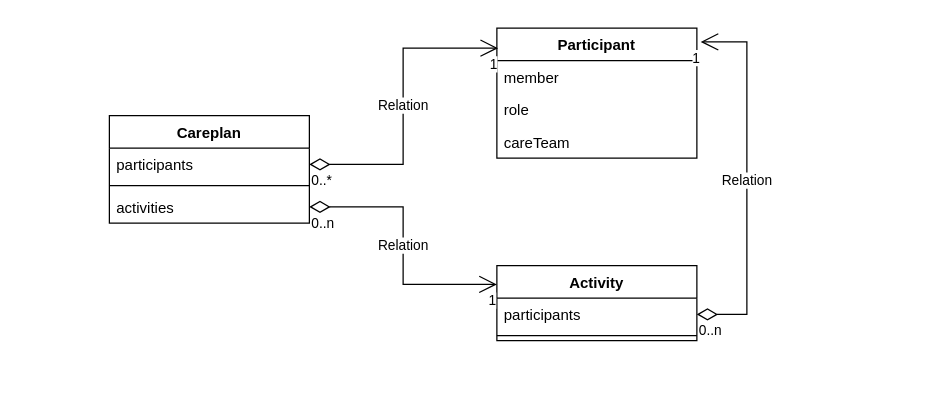
Koppeltaal/Koppeltaal-2.0-Specificaties-en-Architectuur keeps this draw.io diagram as topics/KT1 to KT2_migration.drawio. Above is the earlier version. Source tidied: cells renumbered, new cells numbered last; positions are measured from the earlier drawing's top-left corner, leaving out a move shared by most shapes. Both pictures are drawn from the tidied source at 125%, with x=0, y=0 at pixel (109, 28).
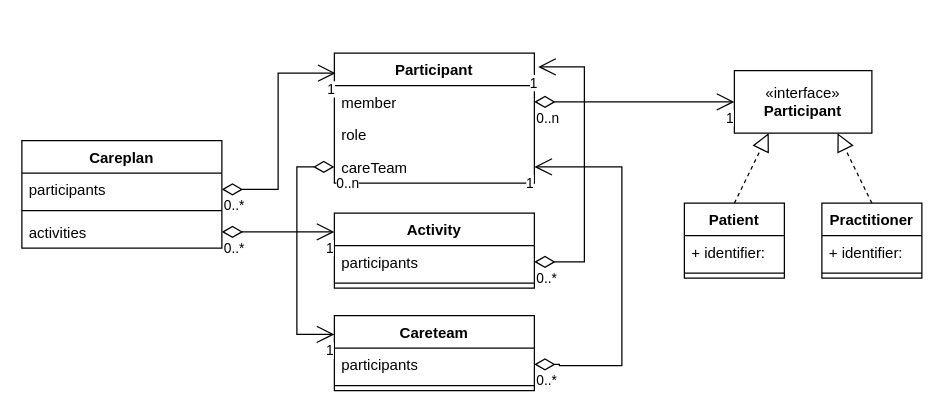
Above is the later version.

The change refers to these unchanged cells:
```xml
<mxCell id="3" value="participants&amp;nbsp;" style="text;strokeColor=none;fillColor=none;align=left;verticalAlign=top;spacingLeft=4;spacingRight=4;overflow=hidden;points=[[0,0.5],[1,0.5]];portConstraint=eastwest;whiteSpace=wrap;html=1;" parent="2" vertex="1">
  <mxGeometry y="26" width="160" height="26" as="geometry" />
</mxCell>
<mxCell id="5" value="activities&lt;br&gt;" style="text;strokeColor=none;fillColor=none;align=left;verticalAlign=top;spacingLeft=4;spacingRight=4;overflow=hidden;points=[[0,0.5],[1,0.5]];portConstraint=eastwest;whiteSpace=wrap;html=1;" parent="2" vertex="1">
  <mxGeometry y="60" width="160" height="26" as="geometry" />
</mxCell>
<mxCell id="7" value="member&lt;br&gt;" style="text;strokeColor=none;fillColor=none;align=left;verticalAlign=top;spacingLeft=4;spacingRight=4;overflow=hidden;points=[[0,0.5],[1,0.5]];portConstraint=eastwest;whiteSpace=wrap;html=1;" parent="6" vertex="1">
  <mxGeometry y="26" width="160" height="26" as="geometry" />
</mxCell>
<mxCell id="9" value="careTeam" style="text;strokeColor=none;fillColor=none;align=left;verticalAlign=top;spacingLeft=4;spacingRight=4;overflow=hidden;points=[[0,0.5],[1,0.5]];portConstraint=eastwest;whiteSpace=wrap;html=1;" parent="6" vertex="1">
  <mxGeometry y="78" width="160" height="26" as="geometry" />
</mxCell>
<mxCell id="14" value="participants&amp;nbsp;" style="text;strokeColor=none;fillColor=none;align=left;verticalAlign=top;spacingLeft=4;spacingRight=4;overflow=hidden;points=[[0,0.5],[1,0.5]];portConstraint=eastwest;whiteSpace=wrap;html=1;" parent="13" vertex="1">
  <mxGeometry y="26" width="160" height="26" as="geometry" />
</mxCell>
```

Diff of the diagram source:
```diff
@@
     <mxCell id="2" value="Careplan" style="swimlane;fontStyle=1;align=center;verticalAlign=top;horizontal=1;startSize=26;whiteSpace=wrap;html=1;" parent="1" vertex="1">
-      <mxGeometry y="70" width="160" height="86" as="geometry" />
+      <mxGeometry x="-70" y="90" width="160" height="86" as="geometry" />
     </mxCell>
@@
     <mxCell id="6" value="Participant" style="swimlane;fontStyle=1;align=center;verticalAlign=top;horizontal=1;startSize=26;whiteSpace=wrap;html=1;" parent="1" vertex="1">
-      <mxGeometry x="310" width="160" height="104" as="geometry" />
+      <mxGeometry x="180" y="20" width="160" height="104" as="geometry" />
     </mxCell>
@@
-    <mxCell id="10" value="Relation" style="endArrow=open;html=1;endSize=12;startArrow=diamondThin;startSize=14;startFill=0;edgeStyle=orthogonalEdgeStyle;rounded=0;entryX=0.006;entryY=0.154;entryDx=0;entryDy=0;entryPerimeter=0;" parent="1" edge="1" source="3" target="6">
+    <mxCell id="10" style="endArrow=open;html=1;endSize=12;startArrow=diamondThin;startSize=14;startFill=0;edgeStyle=orthogonalEdgeStyle;rounded=0;entryX=0.006;entryY=0.154;entryDx=0;entryDy=0;entryPerimeter=0;" parent="1" edge="1" source="3" target="6">
       <mxGeometry relative="1" as="geometry" />
     </mxCell>
@@
     <mxCell id="13" value="Activity" style="swimlane;fontStyle=1;align=center;verticalAlign=top;horizontal=1;startSize=26;whiteSpace=wrap;html=1;" parent="1" vertex="1">
-      <mxGeometry x="310" y="190" width="160" height="60" as="geometry" />
+      <mxGeometry x="180" y="148" width="160" height="60" as="geometry" />
     </mxCell>
@@
-    <mxCell id="16" value="Relation" style="endArrow=open;html=1;endSize=12;startArrow=diamondThin;startSize=14;startFill=0;edgeStyle=orthogonalEdgeStyle;rounded=0;exitX=1;exitY=0.5;exitDx=0;exitDy=0;entryX=0;entryY=0.25;entryDx=0;entryDy=0;" parent="1" edge="1" source="5" target="13">
+    <mxCell id="16" style="endArrow=open;html=1;endSize=12;startArrow=diamondThin;startSize=14;startFill=0;edgeStyle=orthogonalEdgeStyle;rounded=0;exitX=1;exitY=0.5;exitDx=0;exitDy=0;entryX=0;entryY=0.25;entryDx=0;entryDy=0;" parent="1" edge="1" source="5" target="13">
       <mxGeometry relative="1" as="geometry" />
     </mxCell>
-    <mxCell id="17" value="0..n" style="edgeLabel;html=1;align=left;verticalAlign=top;" parent="16" vertex="1">
+    <mxCell id="17" value="0..*" style="edgeLabel;html=1;align=left;verticalAlign=top;" parent="16" vertex="1">
       <mxGeometry x="-1" relative="1" as="geometry" />
     </mxCell>
@@
-    <mxCell id="19" value="Relation" style="endArrow=open;html=1;endSize=12;startArrow=diamondThin;startSize=14;startFill=0;edgeStyle=orthogonalEdgeStyle;rounded=0;exitX=1;exitY=0.5;exitDx=0;exitDy=0;entryX=1.019;entryY=0.106;entryDx=0;entryDy=0;entryPerimeter=0;" parent="1" edge="1" source="14" target="6">
+    <mxCell id="19" style="endArrow=open;html=1;endSize=12;startArrow=diamondThin;startSize=14;startFill=0;edgeStyle=orthogonalEdgeStyle;rounded=0;exitX=1;exitY=0.5;exitDx=0;exitDy=0;entryX=1.019;entryY=0.106;entryDx=0;entryDy=0;entryPerimeter=0;" parent="1" edge="1" source="14" target="6">
       <mxGeometry relative="1" as="geometry">
         <Array as="points">
-          <mxPoint x="510" y="229" />
-          <mxPoint x="510" y="11" />
+          <mxPoint x="380" y="187" />
+          <mxPoint x="380" y="31" />
         </Array>
       </mxGeometry>
     </mxCell>
-    <mxCell id="20" value="0..n" style="edgeLabel;html=1;align=left;verticalAlign=top;" parent="19" vertex="1">
+    <mxCell id="20" value="0..*" style="edgeLabel;html=1;align=left;verticalAlign=top;" parent="19" vertex="1">
       <mxGeometry x="-1" relative="1" as="geometry" />
     </mxCell>
@@
+    <mxCell id="22" value="«interface»&lt;br&gt;&lt;b&gt;Participant&lt;/b&gt;" style="html=1;whiteSpace=wrap;" parent="1" vertex="1">
+      <mxGeometry x="500" y="34" width="110" height="50" as="geometry" />
+    </mxCell>
+    <mxCell id="23" value="Patient" style="swimlane;fontStyle=1;align=center;verticalAlign=top;horizontal=1;startSize=26;whiteSpace=wrap;html=1;" parent="1" vertex="1">
+      <mxGeometry x="460" y="140" width="80" height="60" as="geometry" />
+    </mxCell>
+    <mxCell id="24" value="+ identifier:" style="text;strokeColor=none;fillColor=none;align=left;verticalAlign=top;spacingLeft=4;spacingRight=4;overflow=hidden;whiteSpace=wrap;html=1;" parent="23" vertex="1">
+      <mxGeometry y="26" width="80" height="26" as="geometry" />
+    </mxCell>
+    <mxCell id="25" style="line;strokeWidth=1;fillColor=none;align=left;verticalAlign=middle;spacingTop=-1;spacingLeft=3;spacingRight=3;labelPosition=right;strokeColor=inherit;" parent="23" vertex="1">
+      <mxGeometry y="52" width="80" height="8" as="geometry" />
+    </mxCell>
+    <mxCell id="26" value="Practitioner" style="swimlane;fontStyle=1;align=center;verticalAlign=top;horizontal=1;startSize=26;whiteSpace=wrap;html=1;" parent="1" vertex="1">
+      <mxGeometry x="570" y="140" width="80" height="60" as="geometry" />
+    </mxCell>
+    <mxCell id="27" value="+ identifier:" style="text;strokeColor=none;fillColor=none;align=left;verticalAlign=top;spacingLeft=4;spacingRight=4;overflow=hidden;whiteSpace=wrap;html=1;" parent="26" vertex="1">
+      <mxGeometry y="26" width="80" height="26" as="geometry" />
+    </mxCell>
+    <mxCell id="28" style="line;strokeWidth=1;fillColor=none;align=left;verticalAlign=middle;spacingTop=-1;spacingLeft=3;spacingRight=3;labelPosition=right;strokeColor=inherit;" parent="26" vertex="1">
+      <mxGeometry y="52" width="80" height="8" as="geometry" />
+    </mxCell>
+    <mxCell id="29" style="endArrow=block;dashed=1;endFill=0;endSize=12;html=1;rounded=0;exitX=0.5;exitY=0;exitDx=0;exitDy=0;entryX=0.25;entryY=1;entryDx=0;entryDy=0;" parent="1" edge="1" source="23" target="22">
+      <mxGeometry relative="1" as="geometry" />
+    </mxCell>
+    <mxCell id="30" style="endArrow=block;dashed=1;endFill=0;endSize=12;html=1;rounded=0;exitX=0.5;exitY=0;exitDx=0;exitDy=0;entryX=0.75;entryY=1;entryDx=0;entryDy=0;" parent="1" edge="1" source="26" target="22">
+      <mxGeometry relative="1" as="geometry" />
+    </mxCell>
+    <mxCell id="31" style="endArrow=open;html=1;endSize=12;startArrow=diamondThin;startSize=14;startFill=0;edgeStyle=orthogonalEdgeStyle;rounded=0;exitX=1;exitY=0.5;exitDx=0;exitDy=0;entryX=0;entryY=0.5;entryDx=0;entryDy=0;" parent="1" edge="1" source="7" target="22">
+      <mxGeometry relative="1" as="geometry" />
+    </mxCell>
+    <mxCell id="32" value="0..n" style="edgeLabel;html=1;align=left;verticalAlign=top;" parent="31" vertex="1">
+      <mxGeometry x="-1" relative="1" as="geometry" />
+    </mxCell>
+    <mxCell id="33" value="1" style="edgeLabel;html=1;align=right;verticalAlign=top;" parent="31" vertex="1">
+      <mxGeometry x="1" relative="1" as="geometry" />
+    </mxCell>
+    <mxCell id="34" value="Careteam" style="swimlane;fontStyle=1;align=center;verticalAlign=top;horizontal=1;startSize=26;whiteSpace=wrap;html=1;" parent="1" vertex="1">
+      <mxGeometry x="180" y="230" width="160" height="60" as="geometry" />
+    </mxCell>
+    <mxCell id="35" value="partici&lt;span style=&quot;white-space: pre;&quot;&gt;pants&lt;/span&gt;" style="text;strokeColor=none;fillColor=none;align=left;verticalAlign=top;spacingLeft=4;spacingRight=4;overflow=hidden;points=[[0,0.5],[1,0.5]];portConstraint=eastwest;whiteSpace=wrap;html=1;" parent="34" vertex="1">
+      <mxGeometry y="26" width="160" height="26" as="geometry" />
+    </mxCell>
+    <mxCell id="36" style="line;strokeWidth=1;fillColor=none;align=left;verticalAlign=middle;spacingTop=-1;spacingLeft=3;spacingRight=3;labelPosition=right;strokeColor=inherit;" parent="34" vertex="1">
+      <mxGeometry y="52" width="160" height="8" as="geometry" />
+    </mxCell>
+    <mxCell id="37" style="endArrow=open;html=1;endSize=12;startArrow=diamondThin;startSize=14;startFill=0;edgeStyle=orthogonalEdgeStyle;rounded=0;exitX=1;exitY=0.5;exitDx=0;exitDy=0;entryX=1;entryY=0.5;entryDx=0;entryDy=0;" parent="1" edge="1" source="35" target="9">
+      <mxGeometry relative="1" as="geometry">
+        <Array as="points">
+          <mxPoint x="360" y="269" />
+          <mxPoint x="360" y="270" />
+          <mxPoint x="410" y="270" />
+          <mxPoint x="410" y="111" />
+        </Array>
+      </mxGeometry>
+    </mxCell>
+    <mxCell id="38" value="0..*" style="edgeLabel;html=1;align=left;verticalAlign=top;" parent="37" vertex="1">
+      <mxGeometry x="-1" relative="1" as="geometry" />
+    </mxCell>
+    <mxCell id="39" value="1" style="edgeLabel;html=1;align=right;verticalAlign=top;" parent="37" vertex="1">
+      <mxGeometry x="1" relative="1" as="geometry" />
+    </mxCell>
+    <mxCell id="40" style="endArrow=open;html=1;endSize=12;startArrow=diamondThin;startSize=14;startFill=0;edgeStyle=orthogonalEdgeStyle;rounded=0;exitX=0;exitY=0.5;exitDx=0;exitDy=0;entryX=0;entryY=0.25;entryDx=0;entryDy=0;" parent="1" edge="1" source="9" target="34">
+      <mxGeometry relative="1" as="geometry">
+        <Array as="points">
+          <mxPoint x="150" y="111" />
+          <mxPoint x="150" y="245" />
+        </Array>
+      </mxGeometry>
+    </mxCell>
+    <mxCell id="41" value="0..n" style="edgeLabel;html=1;align=left;verticalAlign=top;" parent="40" vertex="1">
+      <mxGeometry x="-1" relative="1" as="geometry" />
+    </mxCell>
+    <mxCell id="42" value="1" style="edgeLabel;html=1;align=right;verticalAlign=top;" parent="40" vertex="1">
+      <mxGeometry x="1" relative="1" as="geometry" />
+    </mxCell>
```
